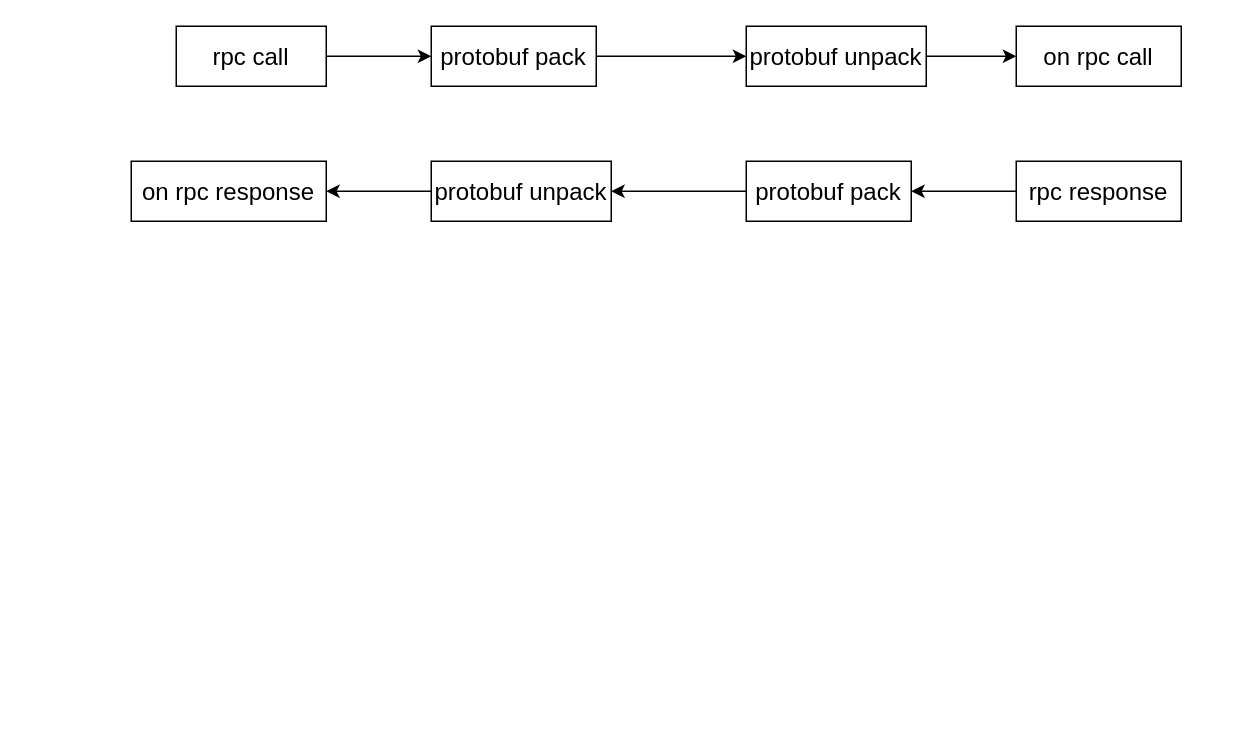
13570248114/draw keeps this draw.io diagram as rpc.drawio. Above is the earlier version. Source tidied: cells renumbered, new cells numbered last; positions are measured from the earlier drawing's top-left corner, leaving out a move shared by most shapes. Both pictures are drawn from the tidied source at 150%, with x=0, y=0 at pixel (130, 26).
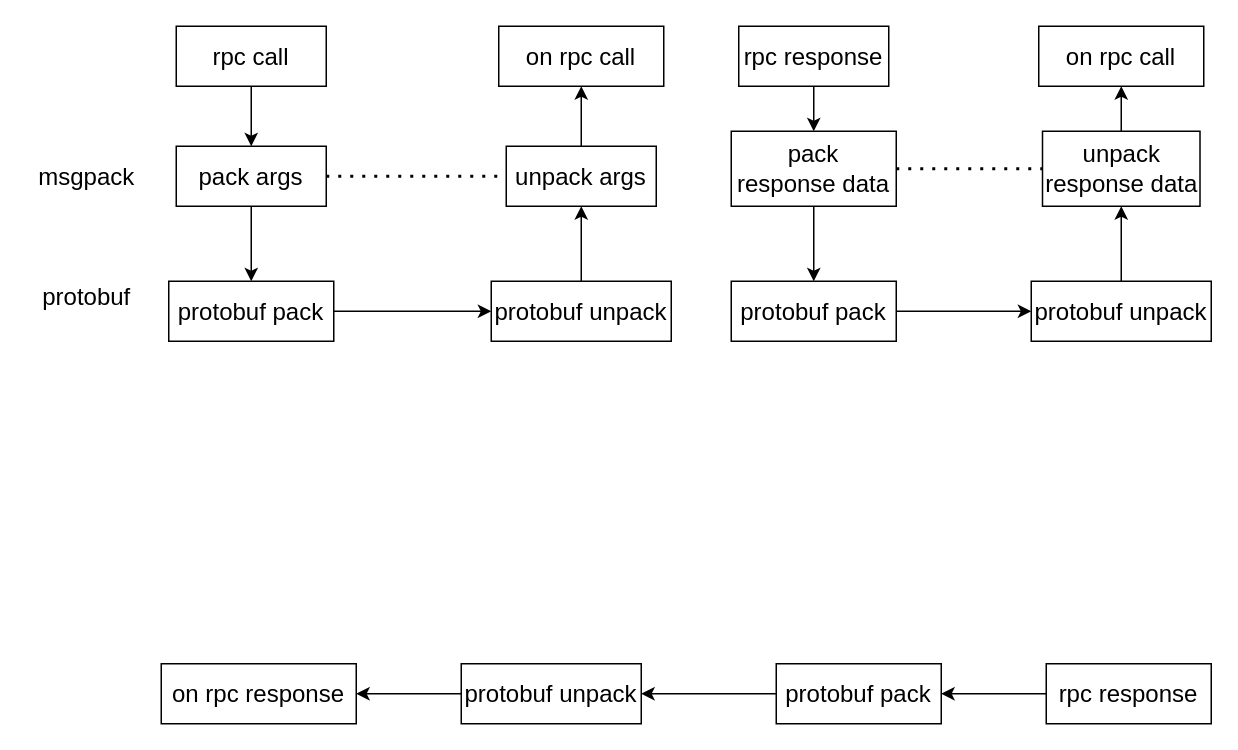
The same page after the edit.

Unchanged cells that the change refers to:
```xml
<mxCell id="3" value="&lt;font style=&quot;font-size: 16px&quot;&gt;rpc call&lt;/font&gt;" style="rounded=0;whiteSpace=wrap;html=1;" parent="1" vertex="1">
  <mxGeometry x="30" width="100" height="40" as="geometry" />
</mxCell>
```

What changed in the source:
```diff
@@
-    <mxCell id="2" style="edgeStyle=orthogonalEdgeStyle;rounded=0;jettySize=auto;html=1;fontSize=16;" parent="1" edge="1" source="3" target="5">
-      <mxGeometry relative="1" as="geometry" />
-    </mxCell>
+    <mxCell id="16" style="edgeStyle=orthogonalEdgeStyle;rounded=0;jettySize=auto;html=1;" parent="1" edge="1" source="3" target="19">
+      <mxGeometry relative="1" as="geometry" />
+    </mxCell>
@@
     <mxCell id="5" value="&lt;span style=&quot;font-size: 16px&quot;&gt;protobuf pack&lt;/span&gt;" style="rounded=0;whiteSpace=wrap;html=1;" parent="1" vertex="1">
-      <mxGeometry x="200" width="110" height="40" as="geometry" />
+      <mxGeometry x="25" y="170" width="110" height="40" as="geometry" />
     </mxCell>
-    <mxCell id="6" style="edgeStyle=orthogonalEdgeStyle;rounded=0;jettySize=auto;html=1;fontSize=16;" parent="1" edge="1" source="7" target="8">
-      <mxGeometry relative="1" as="geometry" />
-    </mxCell>
+    <mxCell id="17" style="edgeStyle=orthogonalEdgeStyle;rounded=0;jettySize=auto;html=1;" parent="1" edge="1" source="7" target="21">
+      <mxGeometry relative="1" as="geometry" />
+    </mxCell>
     <mxCell id="7" value="&lt;span style=&quot;font-size: 16px&quot;&gt;protobuf unpack&lt;/span&gt;" style="rounded=0;whiteSpace=wrap;html=1;" parent="1" vertex="1">
-      <mxGeometry x="410" width="120" height="40" as="geometry" />
+      <mxGeometry x="240" y="170" width="120" height="40" as="geometry" />
     </mxCell>
     <mxCell id="8" value="&lt;span style=&quot;font-size: 16px&quot;&gt;on rpc call&lt;/span&gt;" style="rounded=0;whiteSpace=wrap;html=1;" parent="1" vertex="1">
-      <mxGeometry x="590" width="110" height="40" as="geometry" />
+      <mxGeometry x="245" width="110" height="40" as="geometry" />
     </mxCell>
     <mxCell id="9" value="&lt;span style=&quot;font-size: 16px&quot;&gt;on rpc response&lt;/span&gt;" style="rounded=0;whiteSpace=wrap;html=1;" parent="1" vertex="1">
-      <mxGeometry y="90" width="130" height="40" as="geometry" />
+      <mxGeometry x="20" y="425" width="130" height="40" as="geometry" />
     </mxCell>
@@
     <mxCell id="11" value="&lt;span style=&quot;font-size: 16px&quot;&gt;protobuf unpack&lt;/span&gt;" style="rounded=0;whiteSpace=wrap;html=1;" parent="1" vertex="1">
-      <mxGeometry x="200" y="90" width="120" height="40" as="geometry" />
+      <mxGeometry x="220" y="425" width="120" height="40" as="geometry" />
     </mxCell>
@@
     <mxCell id="13" value="&lt;span style=&quot;font-size: 16px&quot;&gt;protobuf pack&lt;/span&gt;" style="rounded=0;whiteSpace=wrap;html=1;" parent="1" vertex="1">
-      <mxGeometry x="410" y="90" width="110" height="40" as="geometry" />
+      <mxGeometry x="430" y="425" width="110" height="40" as="geometry" />
     </mxCell>
@@
     <mxCell id="15" value="&lt;span style=&quot;font-size: 16px&quot;&gt;rpc response&lt;/span&gt;" style="rounded=0;whiteSpace=wrap;html=1;" parent="1" vertex="1">
-      <mxGeometry x="590" y="90" width="110" height="40" as="geometry" />
+      <mxGeometry x="610" y="425" width="110" height="40" as="geometry" />
     </mxCell>
+    <mxCell id="18" style="edgeStyle=orthogonalEdgeStyle;rounded=0;jettySize=auto;html=1;" parent="1" edge="1" source="19" target="5">
+      <mxGeometry relative="1" as="geometry" />
+    </mxCell>
+    <mxCell id="19" value="&lt;span style=&quot;font-size: 16px&quot;&gt;pack args&lt;/span&gt;" style="rounded=0;whiteSpace=wrap;html=1;" parent="1" vertex="1">
+      <mxGeometry x="30" y="80" width="100" height="40" as="geometry" />
+    </mxCell>
+    <mxCell id="20" style="edgeStyle=orthogonalEdgeStyle;rounded=0;jettySize=auto;html=1;" parent="1" edge="1" source="21" target="8">
+      <mxGeometry relative="1" as="geometry" />
+    </mxCell>
+    <mxCell id="21" value="&lt;span style=&quot;font-size: 16px&quot;&gt;unpack args&lt;/span&gt;" style="rounded=0;whiteSpace=wrap;html=1;" parent="1" vertex="1">
+      <mxGeometry x="250" y="80" width="100" height="40" as="geometry" />
+    </mxCell>
+    <mxCell id="22" style="edgeStyle=orthogonalEdgeStyle;rounded=0;jettySize=auto;html=1;" parent="1" edge="1" source="23" target="30">
+      <mxGeometry relative="1" as="geometry" />
+    </mxCell>
+    <mxCell id="23" value="&lt;span style=&quot;font-size: 16px&quot;&gt;rpc response&lt;/span&gt;" style="rounded=0;whiteSpace=wrap;html=1;" parent="1" vertex="1">
+      <mxGeometry x="405" width="100" height="40" as="geometry" />
+    </mxCell>
+    <mxCell id="24" style="edgeStyle=orthogonalEdgeStyle;rounded=0;jettySize=auto;html=1;fontSize=16;" parent="1" edge="1" source="25" target="27">
+      <mxGeometry relative="1" as="geometry" />
+    </mxCell>
+    <mxCell id="25" value="&lt;span style=&quot;font-size: 16px&quot;&gt;protobuf pack&lt;/span&gt;" style="rounded=0;whiteSpace=wrap;html=1;" parent="1" vertex="1">
+      <mxGeometry x="400" y="170" width="110" height="40" as="geometry" />
+    </mxCell>
+    <mxCell id="26" style="edgeStyle=orthogonalEdgeStyle;rounded=0;jettySize=auto;html=1;" parent="1" edge="1" source="27" target="32">
+      <mxGeometry relative="1" as="geometry" />
+    </mxCell>
+    <mxCell id="27" value="&lt;span style=&quot;font-size: 16px&quot;&gt;protobuf unpack&lt;/span&gt;" style="rounded=0;whiteSpace=wrap;html=1;" parent="1" vertex="1">
+      <mxGeometry x="600" y="170" width="120" height="40" as="geometry" />
+    </mxCell>
+    <mxCell id="28" value="&lt;span style=&quot;font-size: 16px&quot;&gt;on rpc call&lt;/span&gt;" style="rounded=0;whiteSpace=wrap;html=1;" parent="1" vertex="1">
+      <mxGeometry x="605" width="110" height="40" as="geometry" />
+    </mxCell>
+    <mxCell id="29" style="edgeStyle=orthogonalEdgeStyle;rounded=0;jettySize=auto;html=1;" parent="1" edge="1" source="30" target="25">
+      <mxGeometry relative="1" as="geometry" />
+    </mxCell>
+    <mxCell id="30" value="&lt;span style=&quot;font-size: 16px&quot;&gt;pack &lt;br&gt;response data&lt;/span&gt;" style="rounded=0;whiteSpace=wrap;html=1;" parent="1" vertex="1">
+      <mxGeometry x="400" y="70" width="110" height="50" as="geometry" />
+    </mxCell>
+    <mxCell id="31" style="edgeStyle=orthogonalEdgeStyle;rounded=0;jettySize=auto;html=1;" parent="1" edge="1" source="32" target="28">
+      <mxGeometry relative="1" as="geometry" />
+    </mxCell>
+    <mxCell id="32" value="&lt;span style=&quot;font-size: 16px&quot;&gt;unpack response data&lt;/span&gt;" style="rounded=0;whiteSpace=wrap;html=1;" parent="1" vertex="1">
+      <mxGeometry x="607.5" y="70" width="105" height="50" as="geometry" />
+    </mxCell>
+    <mxCell id="33" style="endArrow=none;dashed=1;html=1;dashPattern=1 3;strokeWidth=2;rounded=0;exitX=1;exitY=0.5;exitDx=0;exitDy=0;entryX=0;entryY=0.5;entryDx=0;entryDy=0;" parent="1" edge="1" source="19" target="21">
+      <mxGeometry relative="1" as="geometry" />
+    </mxCell>
+    <mxCell id="34" style="endArrow=none;dashed=1;html=1;dashPattern=1 3;strokeWidth=2;rounded=0;exitX=1;exitY=0.5;exitDx=0;exitDy=0;entryX=0;entryY=0.5;entryDx=0;entryDy=0;" parent="1" edge="1" source="30" target="32">
+      <mxGeometry relative="1" as="geometry" />
+    </mxCell>
+    <mxCell id="35" value="&lt;font style=&quot;font-size: 16px&quot;&gt;msgpack&lt;/font&gt;" style="text;html=1;align=center;verticalAlign=middle;fillColor=none;strokeColor=none;rounded=0;" parent="1" vertex="1">
+      <mxGeometry x="-70" y="90" width="80" height="20" as="geometry" />
+    </mxCell>
+    <mxCell id="36" value="&lt;span style=&quot;font-size: 16px&quot;&gt;protobuf&lt;/span&gt;" style="text;html=1;align=center;verticalAlign=middle;fillColor=none;strokeColor=none;rounded=0;" parent="1" vertex="1">
+      <mxGeometry x="-65" y="170" width="70" height="20" as="geometry" />
+    </mxCell>
```
